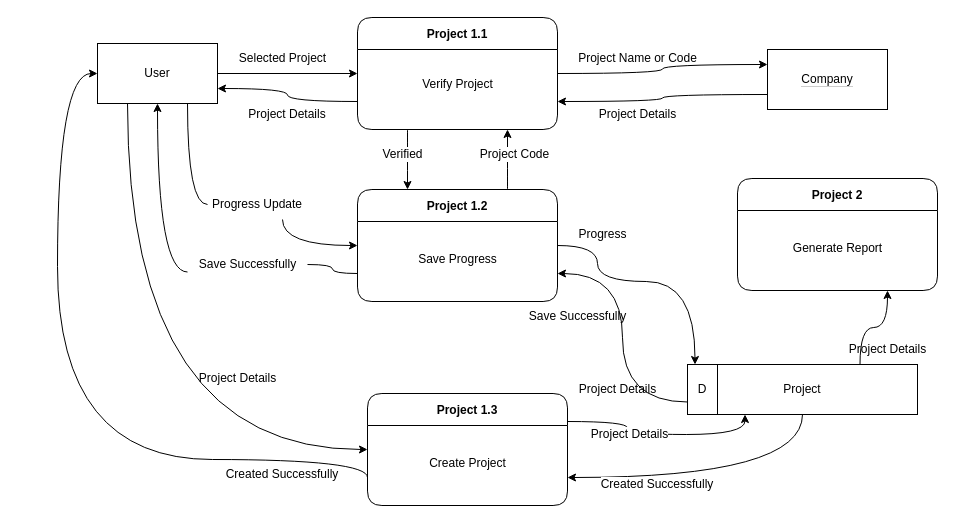
This is page "(1) Project Management" (2 of 3) of CodePheus-DFD.drawio from pyLuna/Total-Fire-Safety, a draw.io file, before an edit. Source tidied: cells renumbered, new cells numbered last; positions are measured from the earlier drawing's top-left corner, leaving out a move shared by most shapes. Both pictures are drawn from the tidied source at 100%, with x=0, y=0 at pixel (57, 17).
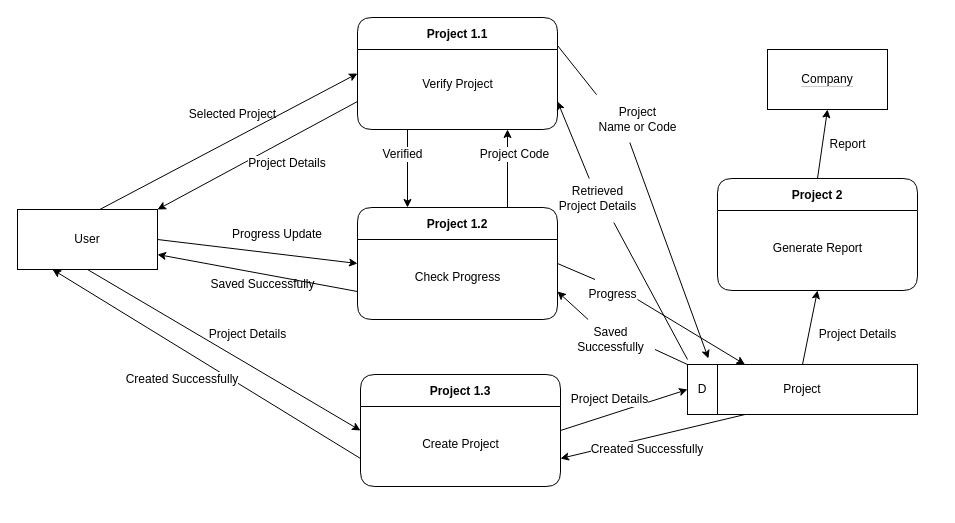
After the change.

Unchanged cells that the change refers to:
```xml
<mxCell id="9" value="Project 1.1" style="swimlane;rounded=1;startSize=32;" parent="1" vertex="1">
  <mxGeometry x="300" width="200" height="112" as="geometry" />
</mxCell>
<mxCell id="13" value="&lt;span style=&quot;background-color: rgb(255, 255, 255);&quot;&gt;Company&lt;/span&gt;" style="rounded=0;whiteSpace=wrap;html=1;labelBackgroundColor=#CCCCCC;" parent="1" vertex="1">
  <mxGeometry x="710" y="32" width="120" height="60" as="geometry" />
</mxCell>
<mxCell id="26" value="Project" style="rounded=0;whiteSpace=wrap;html=1;labelBackgroundColor=#FFFFFF;" parent="1" vertex="1">
  <mxGeometry x="630" y="347" width="230" height="50" as="geometry" />
</mxCell>
<mxCell id="28" value="D" style="rounded=0;whiteSpace=wrap;html=1;labelBackgroundColor=#FFFFFF;" parent="1" vertex="1">
  <mxGeometry x="630" y="347" width="30" height="50" as="geometry" />
</mxCell>
```

Diff of the diagram source:
```diff
@@
-    <mxCell id="2" style="edgeStyle=orthogonalEdgeStyle;rounded=0;jettySize=auto;html=1;exitX=1;exitY=0.5;exitDx=0;exitDy=0;entryX=0;entryY=0.5;entryDx=0;entryDy=0;" parent="1" edge="1" source="5" target="9">
+    <mxCell id="2" style="rounded=0;jettySize=auto;html=1;exitX=0.574;exitY=0.017;exitDx=0;exitDy=0;entryX=0;entryY=0.5;entryDx=0;entryDy=0;exitPerimeter=0;" parent="1" edge="1" source="5" target="9">
       <mxGeometry relative="1" as="geometry" />
     </mxCell>
-    <mxCell id="3" style="edgeStyle=orthogonalEdgeStyle;curved=1;rounded=0;jettySize=auto;html=1;exitX=0.75;exitY=1;exitDx=0;exitDy=0;entryX=0;entryY=0.5;entryDx=0;entryDy=0;startArrow=none;" parent="1" edge="1" source="33" target="20">
+    <mxCell id="3" style="rounded=0;jettySize=auto;html=1;exitX=1;exitY=0.5;exitDx=0;exitDy=0;entryX=0;entryY=0.5;entryDx=0;entryDy=0;startArrow=none;" parent="1" edge="1" source="5" target="20">
       <mxGeometry relative="1" as="geometry" />
     </mxCell>
-    <mxCell id="4" style="edgeStyle=orthogonalEdgeStyle;curved=1;rounded=0;jettySize=auto;html=1;exitX=0.25;exitY=1;exitDx=0;exitDy=0;entryX=0;entryY=0.5;entryDx=0;entryDy=0;" parent="1" edge="1" source="5" target="37">
+    <mxCell id="4" style="rounded=0;jettySize=auto;html=1;exitX=0.5;exitY=1;exitDx=0;exitDy=0;entryX=0;entryY=0.5;entryDx=0;entryDy=0;" parent="1" edge="1" source="5" target="37">
       <mxGeometry relative="1" as="geometry" />
     </mxCell>
     <mxCell id="5" value="User" style="rounded=0;whiteSpace=wrap;html=1;" parent="1" vertex="1">
-      <mxGeometry x="40" y="26" width="120" height="60" as="geometry" />
+      <mxGeometry x="-40" y="192" width="140" height="60" as="geometry" />
     </mxCell>
-    <mxCell id="6" style="edgeStyle=orthogonalEdgeStyle;rounded=0;jettySize=auto;html=1;exitX=1;exitY=0.5;exitDx=0;exitDy=0;entryX=0;entryY=0.25;entryDx=0;entryDy=0;curved=1;" parent="1" edge="1" source="9" target="13">
+    <mxCell id="6" style="rounded=0;jettySize=auto;html=1;exitX=0.423;exitY=1.075;exitDx=0;exitDy=0;entryX=0.091;entryY=-0.12;entryDx=0;entryDy=0;entryPerimeter=0;startArrow=none;exitPerimeter=0;" parent="1" edge="1" source="14" target="26">
       <mxGeometry relative="1" as="geometry" />
     </mxCell>
-    <mxCell id="7" style="edgeStyle=orthogonalEdgeStyle;rounded=0;jettySize=auto;html=1;exitX=0;exitY=0.75;exitDx=0;exitDy=0;entryX=1;entryY=0.75;entryDx=0;entryDy=0;curved=1;" parent="1" edge="1" source="9" target="5">
+    <mxCell id="7" style="rounded=0;jettySize=auto;html=1;exitX=0;exitY=0.75;exitDx=0;exitDy=0;entryX=1;entryY=0;entryDx=0;entryDy=0;" parent="1" edge="1" source="9" target="5">
       <mxGeometry relative="1" as="geometry" />
     </mxCell>
-    <mxCell id="8" style="edgeStyle=orthogonalEdgeStyle;curved=1;rounded=0;jettySize=auto;html=1;exitX=0.25;exitY=1;exitDx=0;exitDy=0;entryX=0.25;entryY=0;entryDx=0;entryDy=0;" parent="1" edge="1" source="9" target="20">
+    <mxCell id="8" style="rounded=0;jettySize=auto;html=1;exitX=0.25;exitY=1;exitDx=0;exitDy=0;entryX=0.25;entryY=0;entryDx=0;entryDy=0;" parent="1" edge="1" source="9" target="20">
       <mxGeometry relative="1" as="geometry" />
     </mxCell>
@@
     <mxCell id="11" value="Selected Project" style="text;html=1;align=center;verticalAlign=middle;strokeColor=none;fillColor=none;" parent="1" vertex="1">
-      <mxGeometry x="170" y="26" width="110" height="30" as="geometry" />
+      <mxGeometry x="120" y="82" width="110" height="30" as="geometry" />
     </mxCell>
-    <mxCell id="12" style="edgeStyle=orthogonalEdgeStyle;rounded=0;jettySize=auto;html=1;exitX=0;exitY=0.75;exitDx=0;exitDy=0;entryX=1;entryY=0.75;entryDx=0;entryDy=0;curved=1;" parent="1" edge="1" source="13" target="9">
+    <mxCell id="12" style="rounded=0;jettySize=auto;html=1;entryX=1;entryY=0.75;entryDx=0;entryDy=0;startArrow=none;" parent="1" edge="1" source="15" target="9">
       <mxGeometry relative="1" as="geometry" />
     </mxCell>
@@
-    <mxCell id="14" value="Project Name or Code" style="text;html=1;align=center;verticalAlign=middle;points=[];strokeColor=none;fillColor=none;" parent="1" vertex="1">
-      <mxGeometry x="510" y="26" width="140" height="30" as="geometry" />
-    </mxCell>
-    <mxCell id="15" value="Project Details" style="text;html=1;align=center;verticalAlign=middle;points=[];strokeColor=none;fillColor=none;" parent="1" vertex="1">
-      <mxGeometry x="530" y="82" width="100" height="30" as="geometry" />
-    </mxCell>
     <mxCell id="16" value="Project Details" style="text;html=1;strokeColor=none;fillColor=none;align=center;verticalAlign=middle;whiteSpace=wrap;rounded=0;labelBackgroundColor=#FFFFFF;" parent="1" vertex="1">
-      <mxGeometry x="180" y="82" width="100" height="30" as="geometry" />
+      <mxGeometry x="180" y="131" width="100" height="30" as="geometry" />
     </mxCell>
-    <mxCell id="17" style="edgeStyle=orthogonalEdgeStyle;curved=1;rounded=0;jettySize=auto;html=1;exitX=0.75;exitY=0;exitDx=0;exitDy=0;entryX=0.75;entryY=1;entryDx=0;entryDy=0;" parent="1" edge="1" source="20" target="9">
+    <mxCell id="17" style="rounded=0;jettySize=auto;html=1;exitX=0.75;exitY=0;exitDx=0;exitDy=0;entryX=0.75;entryY=1;entryDx=0;entryDy=0;" parent="1" edge="1" source="20" target="9">
       <mxGeometry relative="1" as="geometry" />
     </mxCell>
-    <mxCell id="18" style="edgeStyle=orthogonalEdgeStyle;curved=1;rounded=0;jettySize=auto;html=1;exitX=1;exitY=0.5;exitDx=0;exitDy=0;entryX=0.25;entryY=0;entryDx=0;entryDy=0;" parent="1" edge="1" source="20" target="28">
+    <mxCell id="18" style="rounded=0;jettySize=auto;html=1;entryX=0.25;entryY=0;entryDx=0;entryDy=0;startArrow=none;" parent="1" edge="1" target="26">
       <mxGeometry relative="1" as="geometry">
-        <Array as="points">
-          <mxPoint x="540" y="228" />
-          <mxPoint x="540" y="264" />
-          <mxPoint x="638" y="264" />
-        </Array>
+        <mxPoint x="580" y="282" as="sourcePoint" />
       </mxGeometry>
     </mxCell>
-    <mxCell id="19" style="edgeStyle=orthogonalEdgeStyle;curved=1;rounded=0;jettySize=auto;html=1;exitX=0;exitY=0.75;exitDx=0;exitDy=0;startArrow=none;" parent="1" edge="1" source="31" target="5">
+    <mxCell id="19" style="rounded=0;jettySize=auto;html=1;exitX=0;exitY=0.75;exitDx=0;exitDy=0;startArrow=none;entryX=1;entryY=0.75;entryDx=0;entryDy=0;" parent="1" edge="1" source="20" target="5">
       <mxGeometry relative="1" as="geometry" />
     </mxCell>
     <mxCell id="20" value="Project 1.2" style="swimlane;rounded=1;startSize=32;" parent="1" vertex="1">
-      <mxGeometry x="300" y="172" width="200" height="112" as="geometry" />
+      <mxGeometry x="300" y="190" width="200" height="112" as="geometry" />
     </mxCell>
-    <mxCell id="21" value="Save Progress" style="text;html=1;align=center;verticalAlign=middle;strokeColor=none;fillColor=none;" parent="20" vertex="1">
-      <mxGeometry x="50" y="55" width="100" height="30" as="geometry" />
+    <mxCell id="21" value="Check Progress" style="text;html=1;align=center;verticalAlign=middle;strokeColor=none;fillColor=none;" parent="20" vertex="1">
+      <mxGeometry x="45" y="55" width="110" height="30" as="geometry" />
     </mxCell>
@@
-    <mxCell id="24" style="edgeStyle=orthogonalEdgeStyle;curved=1;rounded=0;jettySize=auto;html=1;exitX=0.75;exitY=0;exitDx=0;exitDy=0;entryX=0.75;entryY=1;entryDx=0;entryDy=0;" parent="1" edge="1" source="26" target="42">
+    <mxCell id="24" style="rounded=0;jettySize=auto;html=1;exitX=0.5;exitY=0;exitDx=0;exitDy=0;entryX=0.5;entryY=1;entryDx=0;entryDy=0;" parent="1" edge="1" source="26" target="42">
       <mxGeometry relative="1" as="geometry" />
     </mxCell>
-    <mxCell id="25" style="edgeStyle=orthogonalEdgeStyle;curved=1;rounded=0;jettySize=auto;html=1;exitX=0.5;exitY=1;exitDx=0;exitDy=0;entryX=1;entryY=0.75;entryDx=0;entryDy=0;" parent="1" edge="1" source="26" target="37">
+    <mxCell id="25" style="rounded=0;jettySize=auto;html=1;exitX=0.25;exitY=1;exitDx=0;exitDy=0;entryX=1;entryY=0.75;entryDx=0;entryDy=0;" parent="1" edge="1" source="26" target="37">
       <mxGeometry relative="1" as="geometry" />
     </mxCell>
@@
-    <mxCell id="27" style="edgeStyle=orthogonalEdgeStyle;curved=1;rounded=0;jettySize=auto;html=1;entryX=1;entryY=0.75;entryDx=0;entryDy=0;exitX=0;exitY=0.75;exitDx=0;exitDy=0;" parent="1" edge="1" source="28" target="20">
+    <mxCell id="27" style="rounded=0;jettySize=auto;html=1;entryX=1;entryY=0.75;entryDx=0;entryDy=0;startArrow=none;" parent="1" edge="1" source="30" target="20">
       <mxGeometry relative="1" as="geometry" />
     </mxCell>
@@
-    <mxCell id="29" value="Progress" style="text;html=1;align=center;verticalAlign=middle;points=[];strokeColor=none;fillColor=none;" parent="1" vertex="1">
-      <mxGeometry x="510" y="202" width="70" height="30" as="geometry" />
-    </mxCell>
-    <mxCell id="30" value="Save Successfully" style="text;html=1;align=center;verticalAlign=middle;points=[];strokeColor=none;fillColor=none;" parent="1" vertex="1">
-      <mxGeometry x="460" y="284" width="120" height="30" as="geometry" />
-    </mxCell>
-    <mxCell id="31" value="Save Successfully" style="text;html=1;align=center;verticalAlign=middle;points=[];strokeColor=none;fillColor=none;" parent="1" vertex="1">
-      <mxGeometry x="130" y="232" width="120" height="30" as="geometry" />
+    <mxCell id="31" value="Saved Successfully" style="text;html=1;align=center;verticalAlign=middle;points=[];strokeColor=none;fillColor=none;" parent="1" vertex="1">
+      <mxGeometry x="140" y="252" width="130" height="30" as="geometry" />
     </mxCell>
-    <mxCell id="32" style="edgeStyle=orthogonalEdgeStyle;curved=1;rounded=0;jettySize=auto;html=1;exitX=0;exitY=0.75;exitDx=0;exitDy=0;endArrow=none;" parent="1" edge="1" source="20" target="31">
-      <mxGeometry relative="1" as="geometry" />
-    </mxCell>
     <mxCell id="33" value="Progress Update" style="text;html=1;strokeColor=none;fillColor=none;align=center;verticalAlign=middle;whiteSpace=wrap;rounded=0;labelBackgroundColor=#FFFFFF;" parent="1" vertex="1">
-      <mxGeometry x="150" y="172" width="100" height="30" as="geometry" />
+      <mxGeometry x="170" y="202" width="100" height="30" as="geometry" />
     </mxCell>
-    <mxCell id="34" style="edgeStyle=orthogonalEdgeStyle;curved=1;rounded=0;jettySize=auto;html=1;exitX=0.75;exitY=1;exitDx=0;exitDy=0;entryX=0;entryY=0.5;entryDx=0;entryDy=0;endArrow=none;" parent="1" edge="1" source="5" target="33">
-      <mxGeometry relative="1" as="geometry" />
-    </mxCell>
-    <mxCell id="35" style="edgeStyle=orthogonalEdgeStyle;curved=1;rounded=0;jettySize=auto;html=1;exitX=0;exitY=0.75;exitDx=0;exitDy=0;entryX=0;entryY=0.5;entryDx=0;entryDy=0;" parent="1" edge="1" source="37" target="5">
-      <mxGeometry relative="1" as="geometry">
-        <Array as="points">
-          <mxPoint x="310" y="442" />
-          <mxPoint y="442" />
-          <mxPoint y="56" />
-        </Array>
-      </mxGeometry>
+    <mxCell id="35" style="rounded=0;jettySize=auto;html=1;exitX=0;exitY=0.75;exitDx=0;exitDy=0;entryX=0.25;entryY=1;entryDx=0;entryDy=0;" parent="1" edge="1" source="37" target="5">
+      <mxGeometry relative="1" as="geometry" />
     </mxCell>
-    <mxCell id="36" style="edgeStyle=orthogonalEdgeStyle;curved=1;rounded=0;jettySize=auto;html=1;exitX=1;exitY=0.25;exitDx=0;exitDy=0;entryX=0.25;entryY=1;entryDx=0;entryDy=0;" parent="1" edge="1" source="37" target="26">
+    <mxCell id="36" style="rounded=0;jettySize=auto;html=1;exitX=1;exitY=0.5;exitDx=0;exitDy=0;entryX=0;entryY=0.5;entryDx=0;entryDy=0;" parent="1" edge="1" source="37" target="28">
       <mxGeometry relative="1" as="geometry" />
     </mxCell>
     <mxCell id="37" value="Project 1.3" style="swimlane;rounded=1;startSize=32;" parent="1" vertex="1">
-      <mxGeometry x="310" y="376" width="200" height="112" as="geometry" />
+      <mxGeometry x="303" y="357" width="200" height="112" as="geometry" />
     </mxCell>
@@
     <mxCell id="39" value="Project Details" style="text;html=1;align=center;verticalAlign=middle;strokeColor=none;fillColor=none;" parent="1" vertex="1">
-      <mxGeometry x="130" y="346" width="100" height="30" as="geometry" />
+      <mxGeometry x="140" y="302" width="100" height="30" as="geometry" />
     </mxCell>
     <mxCell id="40" value="Created Successfully" style="text;html=1;strokeColor=none;fillColor=none;align=center;verticalAlign=middle;whiteSpace=wrap;rounded=0;labelBackgroundColor=#FFFFFF;" parent="1" vertex="1">
-      <mxGeometry x="160" y="442" width="130" height="30" as="geometry" />
+      <mxGeometry x="60" y="347" width="130" height="30" as="geometry" />
     </mxCell>
-    <mxCell id="41" value="Project Details" style="text;html=1;align=center;verticalAlign=middle;strokeColor=none;fillColor=none;" parent="1" vertex="1">
-      <mxGeometry x="510" y="357" width="100" height="30" as="geometry" />
-    </mxCell>
+    <mxCell id="47" style="edgeStyle=none;rounded=0;jettySize=auto;html=1;exitX=0.75;exitY=0;exitDx=0;exitDy=0;" parent="1" edge="1" source="42">
+      <mxGeometry relative="1" as="geometry">
+        <mxPoint x="832.9" y="168" as="targetPoint" />
+      </mxGeometry>
+    </mxCell>
+    <mxCell id="48" style="edgeStyle=none;rounded=0;jettySize=auto;html=1;exitX=0.5;exitY=0;exitDx=0;exitDy=0;entryX=0.5;entryY=1;entryDx=0;entryDy=0;" parent="1" edge="1" source="42" target="13">
+      <mxGeometry relative="1" as="geometry" />
+    </mxCell>
     <mxCell id="42" value="Project 2" style="swimlane;rounded=1;startSize=32;" parent="1" vertex="1">
-      <mxGeometry x="680" y="161" width="200" height="112" as="geometry" />
+      <mxGeometry x="660" y="161" width="200" height="112" as="geometry" />
     </mxCell>
@@
     <mxCell id="44" value="Project Details" style="text;html=1;align=center;verticalAlign=middle;strokeColor=none;fillColor=none;" parent="1" vertex="1">
-      <mxGeometry x="780" y="317" width="100" height="30" as="geometry" />
+      <mxGeometry x="750" y="302" width="100" height="30" as="geometry" />
     </mxCell>
     <mxCell id="45" value="Project Details" style="text;html=1;strokeColor=none;fillColor=none;align=center;verticalAlign=middle;whiteSpace=wrap;rounded=0;labelBackgroundColor=#FFFFFF;" parent="1" vertex="1">
-      <mxGeometry x="515" y="402" width="115" height="30" as="geometry" />
+      <mxGeometry x="495" y="367" width="115" height="30" as="geometry" />
     </mxCell>
     <mxCell id="46" value="Created Successfully" style="text;html=1;strokeColor=none;fillColor=none;align=center;verticalAlign=middle;whiteSpace=wrap;rounded=0;labelBackgroundColor=#FFFFFF;" parent="1" vertex="1">
-      <mxGeometry x="530" y="452" width="140" height="30" as="geometry" />
+      <mxGeometry x="520" y="417" width="140" height="30" as="geometry" />
     </mxCell>
+    <mxCell id="49" value="Report" style="text;html=1;align=center;verticalAlign=middle;strokeColor=none;fillColor=none;" parent="1" vertex="1">
+      <mxGeometry x="760" y="112" width="60" height="30" as="geometry" />
+    </mxCell>
+    <mxCell id="15" value="Retrieved &lt;br&gt;Project Details" style="text;html=1;align=center;verticalAlign=middle;points=[];strokeColor=none;fillColor=none;" parent="1" vertex="1">
+      <mxGeometry x="490" y="161" width="100" height="40" as="geometry" />
+    </mxCell>
+    <mxCell id="50" style="rounded=0;jettySize=auto;html=1;endArrow=none;entryX=0.663;entryY=1.1;entryDx=0;entryDy=0;entryPerimeter=0;" parent="1" edge="1" target="15">
+      <mxGeometry relative="1" as="geometry">
+        <mxPoint x="630" y="342" as="sourcePoint" />
+      </mxGeometry>
+    </mxCell>
+    <mxCell id="14" value="Project &lt;br&gt;Name or Code" style="text;html=1;align=center;verticalAlign=middle;points=[];strokeColor=none;fillColor=none;" parent="1" vertex="1">
+      <mxGeometry x="530" y="82" width="100" height="40" as="geometry" />
+    </mxCell>
+    <mxCell id="51" style="rounded=0;jettySize=auto;html=1;exitX=1;exitY=0.25;exitDx=0;exitDy=0;entryX=0.091;entryY=-0.12;entryDx=0;entryDy=0;entryPerimeter=0;endArrow=none;" parent="1" edge="1" source="9" target="14">
+      <mxGeometry relative="1" as="geometry" />
+    </mxCell>
+    <mxCell id="29" value="Progress" style="text;html=1;align=center;verticalAlign=middle;points=[];strokeColor=none;fillColor=none;" parent="1" vertex="1">
+      <mxGeometry x="520" y="262" width="70" height="30" as="geometry" />
+    </mxCell>
+    <mxCell id="52" style="rounded=0;jettySize=auto;html=1;exitX=1;exitY=0.5;exitDx=0;exitDy=0;entryX=0.25;entryY=0;entryDx=0;entryDy=0;endArrow=none;" parent="1" edge="1" source="20" target="29">
+      <mxGeometry relative="1" as="geometry" />
+    </mxCell>
+    <mxCell id="30" value="Saved &lt;br&gt;Successfully" style="text;html=1;align=center;verticalAlign=middle;points=[];strokeColor=none;fillColor=none;" parent="1" vertex="1">
+      <mxGeometry x="507.5" y="302" width="90" height="40" as="geometry" />
+    </mxCell>
+    <mxCell id="53" style="rounded=0;jettySize=auto;html=1;entryX=1;entryY=0.75;entryDx=0;entryDy=0;exitX=0;exitY=0;exitDx=0;exitDy=0;endArrow=none;" parent="1" edge="1" source="28" target="30">
+      <mxGeometry relative="1" as="geometry" />
+    </mxCell>
```
